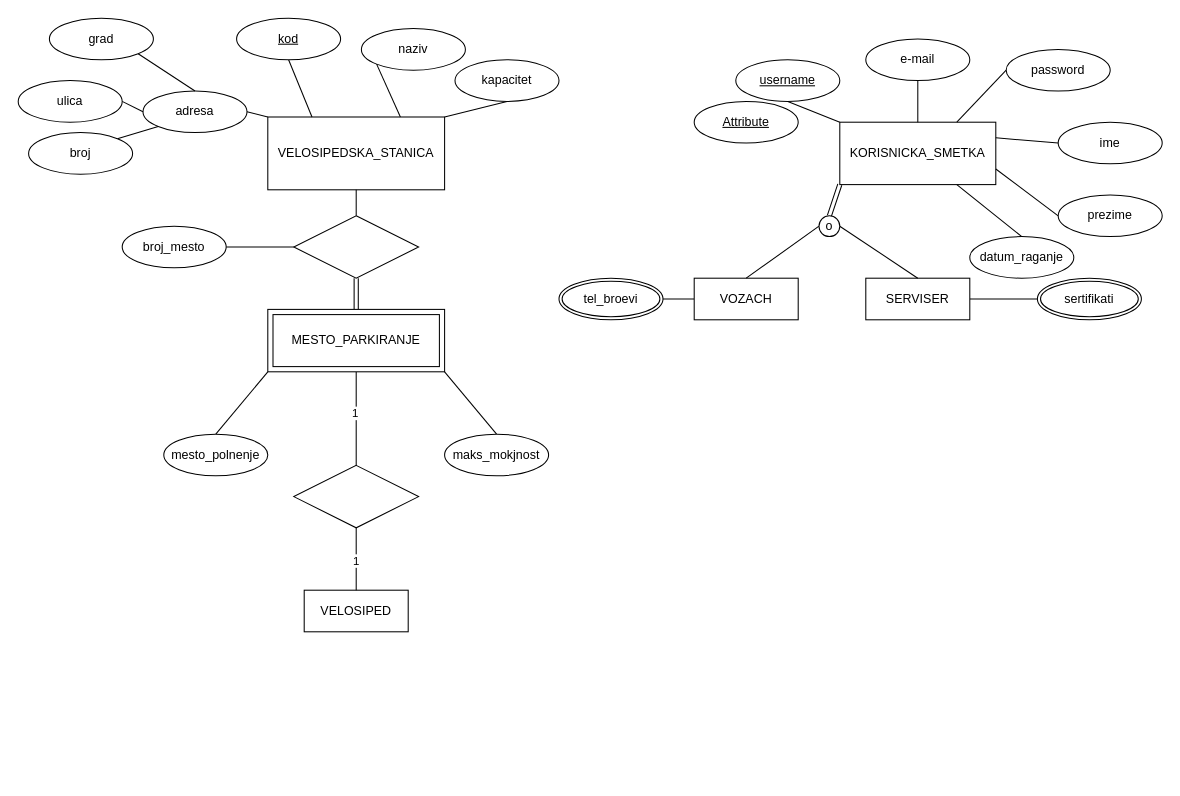
The draw.io diagram gptlab1.drawio in loramarku9/BAZInaPODATOCI, before the edit. Source tidied: cells renumbered, new cells numbered last; positions are measured from the earlier drawing's top-left corner, leaving out a move shared by most shapes. Both pictures are drawn from the tidied source at 104%, with x=0, y=0 at pixel (18, 18).
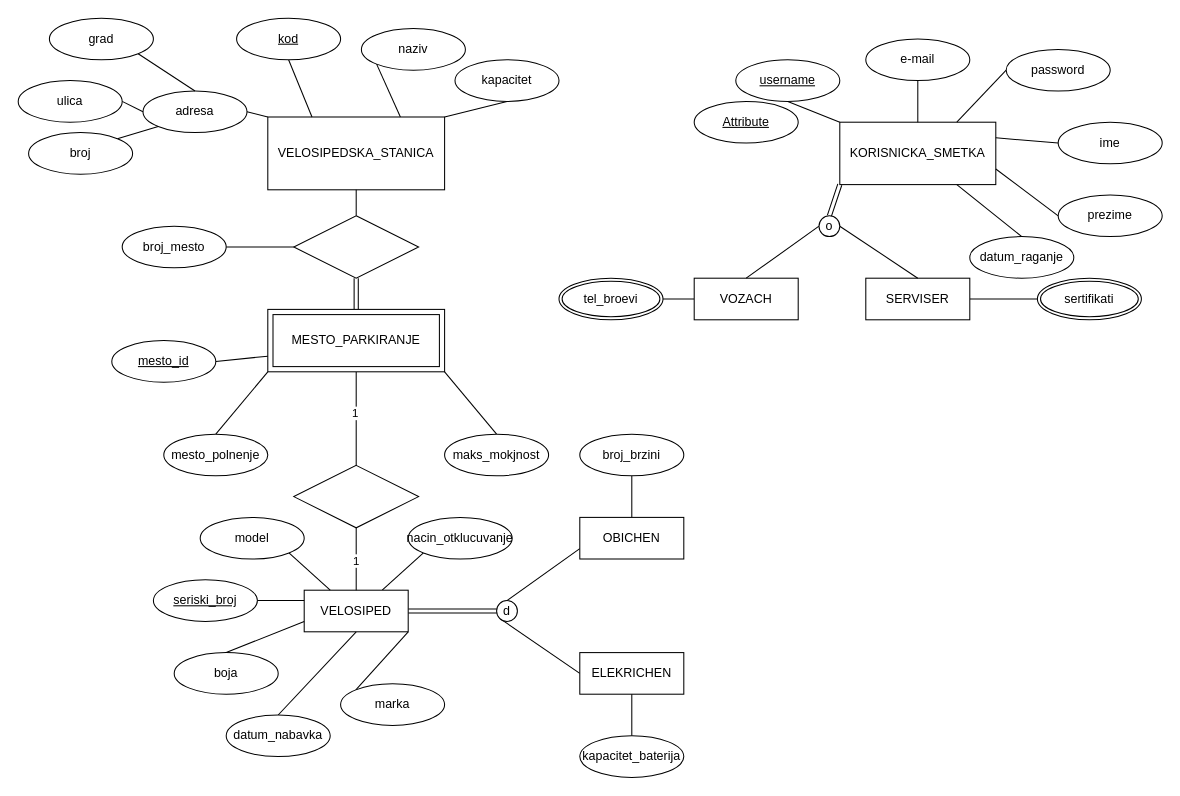
The same diagram, later.

Unchanged cells that the change refers to:
```xml
<mxCell id="44" value="MESTO_PARKIRANJE" style="shape=ext;margin=3;double=1;whiteSpace=wrap;html=1;align=center;" parent="1" vertex="1">
  <mxGeometry x="240" y="280" width="170" height="60" as="geometry" />
</mxCell>
<mxCell id="53" value="VELOSIPED" style="whiteSpace=wrap;html=1;align=center;" parent="1" vertex="1">
  <mxGeometry x="275" y="550" width="100" height="40" as="geometry" />
</mxCell>
```

Diff of the diagram source:
```diff
@@
+    <mxCell id="57" style="edgeStyle=none;shape=link;rounded=0;jettySize=auto;html=1;exitX=1;exitY=0.5;exitDx=0;exitDy=0;entryX=0;entryY=0.5;entryDx=0;entryDy=0;strokeColor=default;align=center;verticalAlign=middle;fontFamily=Helvetica;fontSize=11;fontColor=default;labelBackgroundColor=default;defaultLabelBackgroundColor=page;endArrow=none;endFill=0;" parent="1" edge="1" source="53" target="73">
+      <mxGeometry relative="1" as="geometry" />
+    </mxCell>
+    <mxCell id="58" style="edgeStyle=none;shape=connector;rounded=0;jettySize=auto;html=1;exitX=0.75;exitY=0;exitDx=0;exitDy=0;entryX=0;entryY=1;entryDx=0;entryDy=0;strokeColor=default;align=center;verticalAlign=middle;fontFamily=Helvetica;fontSize=11;fontColor=default;labelBackgroundColor=default;defaultLabelBackgroundColor=page;endArrow=none;endFill=0;" parent="1" edge="1" source="53" target="80">
+      <mxGeometry relative="1" as="geometry" />
+    </mxCell>
@@
+    <mxCell id="59" style="edgeStyle=none;shape=connector;rounded=0;jettySize=auto;html=1;exitX=1;exitY=0.5;exitDx=0;exitDy=0;entryX=0;entryY=0.25;entryDx=0;entryDy=0;strokeColor=default;align=center;verticalAlign=middle;fontFamily=Helvetica;fontSize=11;fontColor=default;labelBackgroundColor=default;defaultLabelBackgroundColor=page;endArrow=none;endFill=0;" parent="1" edge="1" source="60" target="53">
+      <mxGeometry relative="1" as="geometry" />
+    </mxCell>
+    <mxCell id="60" value="seriski_broj" style="ellipse;whiteSpace=wrap;html=1;align=center;fontStyle=4;" parent="1" vertex="1">
+      <mxGeometry x="130" y="540" width="100" height="40" as="geometry" />
+    </mxCell>
+    <mxCell id="61" style="edgeStyle=none;shape=connector;rounded=0;jettySize=auto;html=1;exitX=1;exitY=1;exitDx=0;exitDy=0;entryX=0.25;entryY=0;entryDx=0;entryDy=0;strokeColor=default;align=center;verticalAlign=middle;fontFamily=Helvetica;fontSize=11;fontColor=default;labelBackgroundColor=default;defaultLabelBackgroundColor=page;endArrow=none;endFill=0;" parent="1" edge="1" source="62" target="53">
+      <mxGeometry relative="1" as="geometry" />
+    </mxCell>
+    <mxCell id="62" value="model" style="ellipse;whiteSpace=wrap;html=1;align=center;" parent="1" vertex="1">
+      <mxGeometry x="175" y="480" width="100" height="40" as="geometry" />
+    </mxCell>
+    <mxCell id="63" style="edgeStyle=none;shape=connector;rounded=0;jettySize=auto;html=1;exitX=0;exitY=0;exitDx=0;exitDy=0;entryX=1;entryY=1;entryDx=0;entryDy=0;strokeColor=default;align=center;verticalAlign=middle;fontFamily=Helvetica;fontSize=11;fontColor=default;labelBackgroundColor=default;defaultLabelBackgroundColor=page;endArrow=none;endFill=0;" parent="1" edge="1" source="64" target="53">
+      <mxGeometry relative="1" as="geometry" />
+    </mxCell>
+    <mxCell id="64" value="marka" style="ellipse;whiteSpace=wrap;html=1;align=center;" parent="1" vertex="1">
+      <mxGeometry x="310" y="640" width="100" height="40" as="geometry" />
+    </mxCell>
+    <mxCell id="65" style="edgeStyle=none;shape=connector;rounded=0;jettySize=auto;html=1;exitX=0.5;exitY=0;exitDx=0;exitDy=0;entryX=0.5;entryY=1;entryDx=0;entryDy=0;strokeColor=default;align=center;verticalAlign=middle;fontFamily=Helvetica;fontSize=11;fontColor=default;labelBackgroundColor=default;defaultLabelBackgroundColor=page;endArrow=none;endFill=0;" parent="1" edge="1" source="66" target="53">
+      <mxGeometry relative="1" as="geometry" />
+    </mxCell>
+    <mxCell id="66" value="datum_nabavka" style="ellipse;whiteSpace=wrap;html=1;align=center;" parent="1" vertex="1">
+      <mxGeometry x="200" y="670" width="100" height="40" as="geometry" />
+    </mxCell>
+    <mxCell id="67" style="edgeStyle=none;shape=connector;rounded=0;jettySize=auto;html=1;exitX=0.5;exitY=0;exitDx=0;exitDy=0;entryX=0;entryY=0.75;entryDx=0;entryDy=0;strokeColor=default;align=center;verticalAlign=middle;fontFamily=Helvetica;fontSize=11;fontColor=default;labelBackgroundColor=default;defaultLabelBackgroundColor=page;endArrow=none;endFill=0;" parent="1" edge="1" source="68" target="53">
+      <mxGeometry relative="1" as="geometry" />
+    </mxCell>
+    <mxCell id="68" value="boja" style="ellipse;whiteSpace=wrap;html=1;align=center;" parent="1" vertex="1">
+      <mxGeometry x="150" y="610" width="100" height="40" as="geometry" />
+    </mxCell>
+    <mxCell id="69" style="edgeStyle=none;shape=connector;rounded=0;jettySize=auto;html=1;exitX=1;exitY=0.5;exitDx=0;exitDy=0;entryX=0;entryY=0.75;entryDx=0;entryDy=0;strokeColor=default;align=center;verticalAlign=middle;fontFamily=Helvetica;fontSize=11;fontColor=default;labelBackgroundColor=default;defaultLabelBackgroundColor=page;endArrow=none;endFill=0;" parent="1" edge="1" source="70" target="44">
+      <mxGeometry relative="1" as="geometry" />
+    </mxCell>
+    <mxCell id="70" value="mesto_id" style="ellipse;whiteSpace=wrap;html=1;align=center;fontStyle=20;" parent="1" vertex="1">
+      <mxGeometry x="90" y="310" width="100" height="40" as="geometry" />
+    </mxCell>
+    <mxCell id="71" style="edgeStyle=none;shape=connector;rounded=0;jettySize=auto;html=1;exitX=0.5;exitY=0;exitDx=0;exitDy=0;entryX=0;entryY=0.75;entryDx=0;entryDy=0;strokeColor=default;align=center;verticalAlign=middle;fontFamily=Helvetica;fontSize=11;fontColor=default;labelBackgroundColor=default;defaultLabelBackgroundColor=page;endArrow=none;endFill=0;" parent="1" edge="1" source="73" target="76">
+      <mxGeometry relative="1" as="geometry" />
+    </mxCell>
+    <mxCell id="72" style="edgeStyle=none;shape=connector;rounded=0;jettySize=auto;html=1;exitX=0;exitY=1;exitDx=0;exitDy=0;entryX=0;entryY=0.5;entryDx=0;entryDy=0;strokeColor=default;align=center;verticalAlign=middle;fontFamily=Helvetica;fontSize=11;fontColor=default;labelBackgroundColor=default;defaultLabelBackgroundColor=page;endArrow=none;endFill=0;" parent="1" edge="1" source="73" target="74">
+      <mxGeometry relative="1" as="geometry" />
+    </mxCell>
+    <mxCell id="73" value="d" style="ellipse;whiteSpace=wrap;html=1;shapeInside=1;" parent="1" vertex="1">
+      <mxGeometry x="460" y="560" width="20" height="20" as="geometry" />
+    </mxCell>
+    <mxCell id="74" value="ELEKRICHEN" style="whiteSpace=wrap;html=1;align=center;" parent="1" vertex="1">
+      <mxGeometry x="540" y="610" width="100" height="40" as="geometry" />
+    </mxCell>
+    <mxCell id="75" style="edgeStyle=none;shape=connector;rounded=0;jettySize=auto;html=1;exitX=0.5;exitY=0;exitDx=0;exitDy=0;entryX=0.5;entryY=1;entryDx=0;entryDy=0;strokeColor=default;align=center;verticalAlign=middle;fontFamily=Helvetica;fontSize=11;fontColor=default;labelBackgroundColor=default;defaultLabelBackgroundColor=page;endArrow=none;endFill=0;" parent="1" edge="1" source="76" target="77">
+      <mxGeometry relative="1" as="geometry" />
+    </mxCell>
+    <mxCell id="76" value="OBICHEN" style="whiteSpace=wrap;html=1;align=center;" parent="1" vertex="1">
+      <mxGeometry x="540" y="480" width="100" height="40" as="geometry" />
+    </mxCell>
+    <mxCell id="77" value="broj_brzini" style="ellipse;whiteSpace=wrap;html=1;align=center;" parent="1" vertex="1">
+      <mxGeometry x="540" y="400" width="100" height="40" as="geometry" />
+    </mxCell>
+    <mxCell id="78" style="edgeStyle=none;shape=connector;rounded=0;jettySize=auto;html=1;exitX=0.5;exitY=0;exitDx=0;exitDy=0;entryX=0.5;entryY=1;entryDx=0;entryDy=0;strokeColor=default;align=center;verticalAlign=middle;fontFamily=Helvetica;fontSize=11;fontColor=default;labelBackgroundColor=default;defaultLabelBackgroundColor=page;endArrow=none;endFill=0;" parent="1" edge="1" source="79" target="74">
+      <mxGeometry relative="1" as="geometry" />
+    </mxCell>
+    <mxCell id="79" value="kapacitet_baterija" style="ellipse;whiteSpace=wrap;html=1;align=center;" parent="1" vertex="1">
+      <mxGeometry x="540" y="690" width="100" height="40" as="geometry" />
+    </mxCell>
+    <mxCell id="80" value="nacin_otklucuvanje" style="ellipse;whiteSpace=wrap;html=1;align=center;" parent="1" vertex="1">
+      <mxGeometry x="375" y="480" width="100" height="40" as="geometry" />
+    </mxCell>
```
